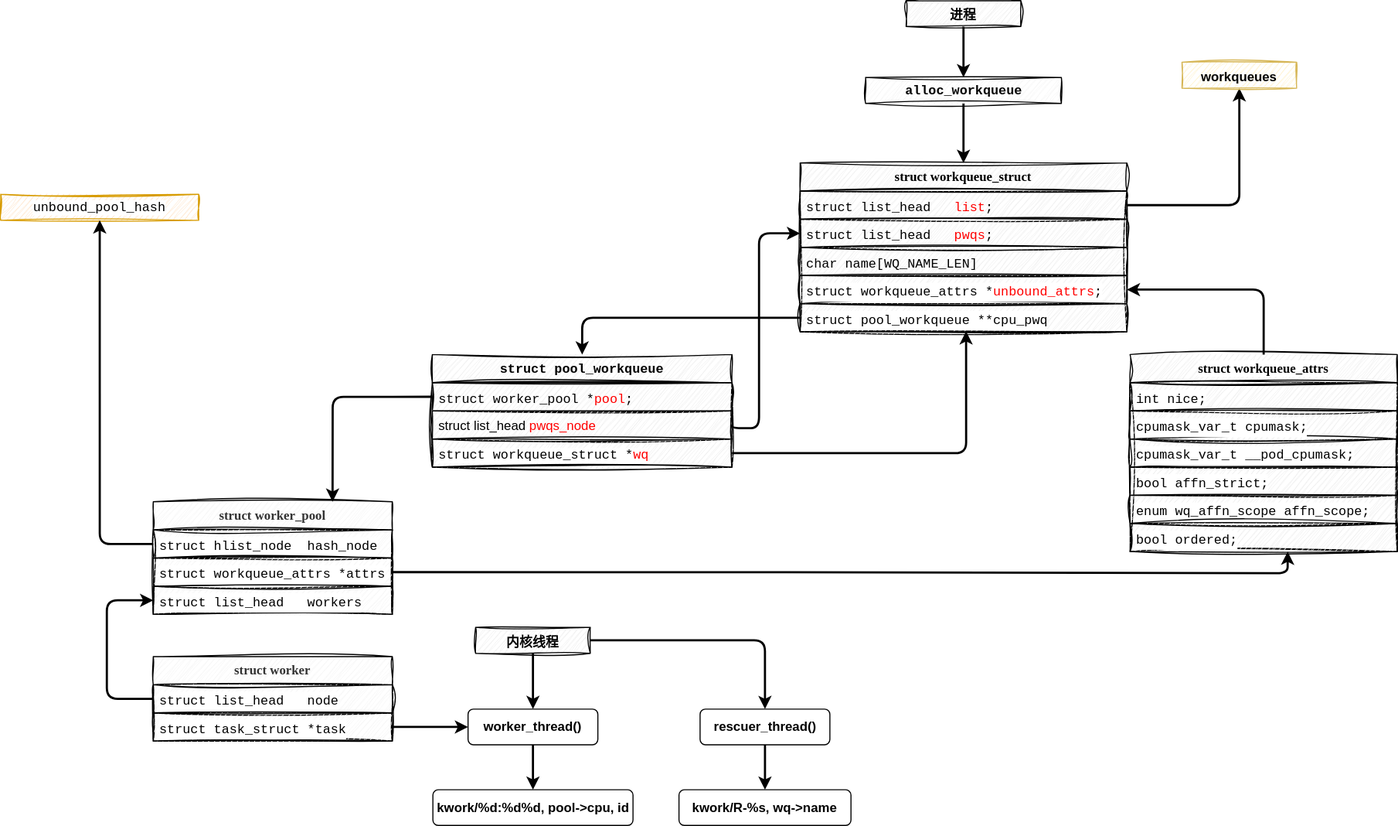
Above: source/images/Workqueue/Workqueue创建流程.drawio.svg in ray-jk-hong/ray-jk-hong.github.io (draw.io), before the change. Source tidied: cells renumbered, new cells last; positions are measured from the earlier drawing's top-left corner, leaving out a move shared by most shapes.
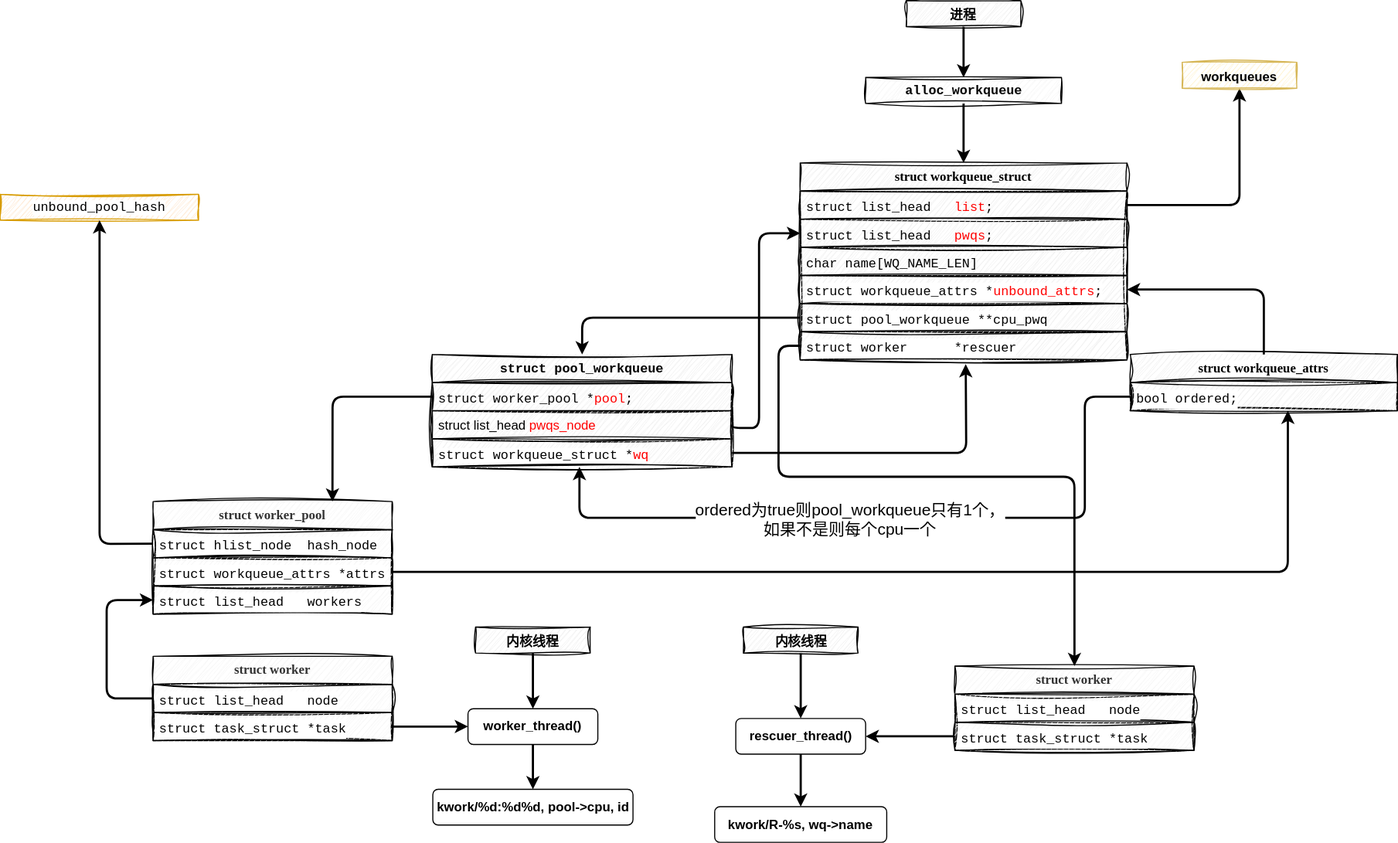
Above is the later version.

The edit, as a diff of the source:
```diff
@@ -1,4 +1,4 @@
-<mxGraphModel>
+<mxGraphModel background="#FFFFFF">
   <root>
     <mxCell id="0" />
     <mxCell id="1" parent="0" />
@@ -6,7 +6,7 @@
       <mxGeometry relative="1" as="geometry" />
     </mxCell>
     <mxCell id="3" value="&lt;p style=&quot;margin: 0px; font-variant-numeric: normal; font-variant-east-asian: normal; font-variant-alternates: normal; font-kerning: auto; font-optical-sizing: auto; font-feature-settings: normal; font-variation-settings: normal; font-variant-position: normal; font-stretch: normal; line-height: normal; font-family: Menlo; text-align: start;&quot; class=&quot;p1&quot;&gt;&lt;b&gt;&lt;span style=&quot;font-variant-ligatures: no-common-ligatures;&quot; class=&quot;s1&quot;&gt;struct&lt;/span&gt;&lt;span style=&quot;font-variant-ligatures: no-common-ligatures;&quot; class=&quot;s2&quot;&gt; &lt;/span&gt;&lt;span style=&quot;font-variant-ligatures: no-common-ligatures;&quot; class=&quot;s3&quot;&gt;workqueue_struct&lt;/span&gt;&lt;/b&gt;&lt;/p&gt;" style="swimlane;fontStyle=0;horizontal=1;startSize=26;fillColor=#eeeeee;whiteSpace=wrap;html=1;sketch=1;curveFitting=1;jiggle=2;strokeColor=#000000;labelBackgroundColor=none;" parent="1" vertex="1">
-      <mxGeometry x="739" y="150" width="302" height="156" as="geometry" />
+      <mxGeometry x="739" y="150" width="302" height="182" as="geometry" />
     </mxCell>
     <mxCell id="4" value="&lt;div style=&quot;font-family: Menlo, Monaco, &amp;quot;Courier New&amp;quot;, monospace; line-height: 18px; white-space: pre;&quot;&gt;&lt;div style=&quot;line-height: 18px;&quot;&gt;&lt;span style=&quot;&quot;&gt;struct&lt;/span&gt; &lt;span style=&quot;&quot;&gt;list_head&lt;/span&gt;   &lt;span style=&quot;&quot;&gt;&lt;font color=&quot;#ff0000&quot;&gt;list&lt;/font&gt;&lt;/span&gt;;&lt;/div&gt;&lt;/div&gt;" style="text;strokeColor=#000000;fillColor=#eeeeee;align=left;verticalAlign=top;spacingLeft=4;spacingRight=4;overflow=hidden;points=[[0,0.5],[1,0.5]];portConstraint=eastwest;whiteSpace=wrap;html=1;sketch=1;curveFitting=1;jiggle=2;labelBackgroundColor=none;" parent="3" vertex="1">
       <mxGeometry y="26" width="302" height="26" as="geometry" />
@@ -23,6 +23,9 @@
     <mxCell id="8" value="&lt;div style=&quot;font-family: Menlo, Monaco, &amp;quot;Courier New&amp;quot;, monospace; line-height: 18px; white-space: pre;&quot;&gt;&lt;span style=&quot;background-color: rgb(255, 255, 255);&quot;&gt;struct pool_workqueue **cpu_pwq&lt;/span&gt;&lt;/div&gt;" style="text;strokeColor=#000000;fillColor=#eeeeee;align=left;verticalAlign=top;spacingLeft=4;spacingRight=4;overflow=hidden;points=[[0,0.5],[1,0.5]];portConstraint=eastwest;whiteSpace=wrap;html=1;sketch=1;curveFitting=1;jiggle=2;labelBackgroundColor=default;fontColor=default;" parent="3" vertex="1">
       <mxGeometry y="130" width="302" height="26" as="geometry" />
     </mxCell>
+    <mxCell id="51" value="&lt;div style=&quot;font-family: Menlo, Monaco, &amp;quot;Courier New&amp;quot;, monospace; line-height: 18px; white-space: pre;&quot;&gt;&lt;span style=&quot;background-color: rgb(255, 255, 255);&quot;&gt;struct worker      *rescuer&lt;/span&gt;&lt;/div&gt;" style="text;strokeColor=#000000;fillColor=#eeeeee;align=left;verticalAlign=top;spacingLeft=4;spacingRight=4;overflow=hidden;points=[[0,0.5],[1,0.5]];portConstraint=eastwest;whiteSpace=wrap;html=1;sketch=1;curveFitting=1;jiggle=2;labelBackgroundColor=default;fontColor=default;" parent="3" vertex="1">
+      <mxGeometry y="156" width="302" height="26" as="geometry" />
+    </mxCell>
     <mxCell id="9" value="&lt;font size=&quot;1&quot; style=&quot;&quot;&gt;&lt;b style=&quot;font-size: 12px;&quot;&gt;workqueues&lt;/b&gt;&lt;/font&gt;" style="html=1;whiteSpace=wrap;fillColor=#fff2cc;strokeColor=#d6b656;sketch=1;curveFitting=1;jiggle=2;fontSize=16;" parent="1" vertex="1">
       <mxGeometry x="1092" y="57" width="106" height="24" as="geometry" />
     </mxCell>
@@ -42,25 +45,10 @@
       <mxGeometry relative="1" as="geometry" />
     </mxCell>
     <mxCell id="15" value="&lt;p style=&quot;margin: 0px; font-variant-numeric: normal; font-variant-east-asian: normal; font-variant-alternates: normal; font-kerning: auto; font-optical-sizing: auto; font-feature-settings: normal; font-variation-settings: normal; font-variant-position: normal; font-stretch: normal; line-height: normal; font-family: Menlo; text-align: start;&quot; class=&quot;p1&quot;&gt;&lt;b&gt;&lt;span style=&quot;font-variant-ligatures: no-common-ligatures;&quot; class=&quot;s1&quot;&gt;struct&lt;/span&gt;&lt;span style=&quot;font-variant-ligatures: no-common-ligatures;&quot; class=&quot;s2&quot;&gt; &lt;/span&gt;&lt;span style=&quot;font-variant-ligatures: no-common-ligatures;&quot; class=&quot;s3&quot;&gt;workqueue_attrs&lt;/span&gt;&lt;/b&gt;&lt;/p&gt;" style="swimlane;fontStyle=0;horizontal=1;startSize=26;fillColor=#eeeeee;whiteSpace=wrap;html=1;sketch=1;curveFitting=1;jiggle=2;strokeColor=#000000;labelBackgroundColor=default;fontColor=default;" parent="1" vertex="1">
-      <mxGeometry x="1044" y="327" width="247" height="182" as="geometry" />
+      <mxGeometry x="1044" y="327" width="247" height="52" as="geometry" />
     </mxCell>
-    <mxCell id="16" value="&lt;div style=&quot;font-family: Menlo, Monaco, &amp;quot;Courier New&amp;quot;, monospace; line-height: 18px; white-space: pre;&quot;&gt;&lt;div style=&quot;line-height: 18px;&quot;&gt;&lt;div style=&quot;line-height: 18px;&quot;&gt;&lt;span style=&quot;&quot;&gt;int&lt;/span&gt; &lt;span style=&quot;&quot;&gt;nice&lt;/span&gt;;&lt;/div&gt;&lt;/div&gt;&lt;/div&gt;" style="text;strokeColor=#000000;fillColor=#eeeeee;align=left;verticalAlign=top;spacingLeft=4;spacingRight=4;overflow=hidden;whiteSpace=wrap;html=1;sketch=1;curveFitting=1;jiggle=2;labelBackgroundColor=default;fontColor=default;" parent="15" vertex="1">
-      <mxGeometry y="26" width="247" height="26" as="geometry" />
-    </mxCell>
-    <mxCell id="17" value="&lt;div style=&quot;font-family: Menlo, Monaco, &amp;quot;Courier New&amp;quot;, monospace; line-height: 18px; white-space: pre;&quot;&gt;&lt;div style=&quot;line-height: 18px;&quot;&gt;&lt;div style=&quot;line-height: 18px;&quot;&gt;&lt;span style=&quot;&quot;&gt;cpumask_var_t&lt;/span&gt; &lt;span style=&quot;&quot;&gt;cpumask&lt;/span&gt;;&lt;/div&gt;&lt;/div&gt;&lt;/div&gt;" style="text;strokeColor=#000000;fillColor=#eeeeee;align=left;verticalAlign=top;spacingLeft=4;spacingRight=4;overflow=hidden;whiteSpace=wrap;html=1;sketch=1;curveFitting=1;jiggle=2;labelBackgroundColor=default;fontColor=default;" parent="15" vertex="1">
-      <mxGeometry y="52" width="247" height="26" as="geometry" />
-    </mxCell>
-    <mxCell id="18" value="&lt;div style=&quot;font-family: Menlo, Monaco, &amp;quot;Courier New&amp;quot;, monospace; line-height: 18px; white-space: pre;&quot;&gt;&lt;div style=&quot;line-height: 18px;&quot;&gt;&lt;span style=&quot;&quot;&gt;cpumask_var_t&lt;/span&gt; &lt;span style=&quot;&quot;&gt;__pod_cpumask&lt;/span&gt;;&lt;/div&gt;&lt;/div&gt;" style="text;strokeColor=#000000;fillColor=#eeeeee;align=left;verticalAlign=top;spacingLeft=4;spacingRight=4;overflow=hidden;whiteSpace=wrap;html=1;sketch=1;curveFitting=1;jiggle=2;labelBackgroundColor=default;fontColor=default;" parent="15" vertex="1">
-      <mxGeometry y="78" width="247" height="26" as="geometry" />
-    </mxCell>
-    <mxCell id="19" value="&lt;div style=&quot;font-family: Menlo, Monaco, &amp;quot;Courier New&amp;quot;, monospace; line-height: 18px; white-space: pre;&quot;&gt;&lt;div style=&quot;line-height: 18px;&quot;&gt;&lt;span style=&quot;&quot;&gt;bool&lt;/span&gt; &lt;span style=&quot;&quot;&gt;affn_strict&lt;/span&gt;;&lt;/div&gt;&lt;/div&gt;" style="text;strokeColor=#000000;fillColor=#eeeeee;align=left;verticalAlign=top;spacingLeft=4;spacingRight=4;overflow=hidden;whiteSpace=wrap;html=1;sketch=1;curveFitting=1;jiggle=2;labelBackgroundColor=default;fontColor=default;" parent="15" vertex="1">
-      <mxGeometry y="104" width="247" height="26" as="geometry" />
-    </mxCell>
-    <mxCell id="20" value="&lt;div style=&quot;font-family: Menlo, Monaco, &amp;quot;Courier New&amp;quot;, monospace; line-height: 18px; white-space: pre;&quot;&gt;&lt;div style=&quot;line-height: 18px;&quot;&gt;&lt;span style=&quot;&quot;&gt;enum&lt;/span&gt; &lt;span style=&quot;&quot;&gt;wq_affn_scope&lt;/span&gt; &lt;span style=&quot;&quot;&gt;affn_scope&lt;/span&gt;;&lt;/div&gt;&lt;/div&gt;" style="text;strokeColor=#000000;fillColor=#eeeeee;align=left;verticalAlign=top;spacingLeft=4;spacingRight=4;overflow=hidden;whiteSpace=wrap;html=1;sketch=1;curveFitting=1;jiggle=2;labelBackgroundColor=default;fontColor=default;" parent="15" vertex="1">
-      <mxGeometry y="130" width="247" height="26" as="geometry" />
-    </mxCell>
     <mxCell id="21" value="&lt;div style=&quot;font-family: Menlo, Monaco, &amp;quot;Courier New&amp;quot;, monospace; line-height: 18px; white-space: pre;&quot;&gt;&lt;div style=&quot;line-height: 18px;&quot;&gt;&lt;span style=&quot;&quot;&gt;bool&lt;/span&gt; &lt;span style=&quot;&quot;&gt;ordered&lt;/span&gt;;&lt;/div&gt;&lt;/div&gt;" style="text;strokeColor=#000000;fillColor=#eeeeee;align=left;verticalAlign=top;spacingLeft=4;spacingRight=4;overflow=hidden;points=[[0,0.5],[1,0.5]];portConstraint=eastwest;whiteSpace=wrap;html=1;sketch=1;curveFitting=1;jiggle=2;labelBackgroundColor=default;fontColor=default;" parent="15" vertex="1">
-      <mxGeometry y="156" width="247" height="26" as="geometry" />
+      <mxGeometry y="26" width="247" height="26" as="geometry" />
     </mxCell>
     <mxCell id="22" style="edgeStyle=orthogonalEdgeStyle;rounded=1;jettySize=auto;html=1;exitX=0.5;exitY=1;exitDx=0;exitDy=0;entryX=0.5;entryY=0;entryDx=0;entryDy=0;curved=0;strokeWidth=2;strokeColor=#000000;" parent="1" edge="1" source="23" target="25">
       <mxGeometry relative="1" as="geometry" />
@@ -95,8 +83,10 @@
     <mxCell id="32" style="edgeStyle=orthogonalEdgeStyle;rounded=1;jettySize=auto;html=1;exitX=0;exitY=0.5;exitDx=0;exitDy=0;entryX=0.75;entryY=0;entryDx=0;entryDy=0;curved=0;strokeWidth=2;" parent="1" edge="1" source="11" target="26">
       <mxGeometry relative="1" as="geometry" />
     </mxCell>
-    <mxCell id="33" style="edgeStyle=orthogonalEdgeStyle;rounded=1;jettySize=auto;html=1;exitX=1;exitY=0.5;exitDx=0;exitDy=0;entryX=0.508;entryY=0.981;entryDx=0;entryDy=0;entryPerimeter=0;curved=0;strokeWidth=2;" parent="1" edge="1" source="13" target="8">
-      <mxGeometry relative="1" as="geometry" />
+    <mxCell id="33" style="edgeStyle=orthogonalEdgeStyle;rounded=1;jettySize=auto;html=1;exitX=1;exitY=0.5;exitDx=0;exitDy=0;curved=0;strokeWidth=2;" parent="1" edge="1" source="13">
+      <mxGeometry relative="1" as="geometry">
+        <mxPoint x="892" y="336" as="targetPoint" />
+      </mxGeometry>
     </mxCell>
     <mxCell id="34" style="edgeStyle=orthogonalEdgeStyle;rounded=1;jettySize=auto;html=1;exitX=1;exitY=0.5;exitDx=0;exitDy=0;entryX=0;entryY=0.5;entryDx=0;entryDy=0;curved=0;strokeWidth=2;" parent="1" edge="1" source="12" target="5">
       <mxGeometry relative="1" as="geometry">
@@ -135,7 +125,7 @@
     <mxCell id="42" style="edgeStyle=orthogonalEdgeStyle;rounded=1;jettySize=auto;html=1;exitX=0.5;exitY=1;exitDx=0;exitDy=0;entryX=0.5;entryY=0;entryDx=0;entryDy=0;curved=0;strokeWidth=2;" parent="1" edge="1" source="44" target="40">
       <mxGeometry relative="1" as="geometry" />
     </mxCell>
-    <mxCell id="43" style="edgeStyle=orthogonalEdgeStyle;rounded=1;jettySize=auto;html=1;exitX=1;exitY=0.5;exitDx=0;exitDy=0;entryX=0.5;entryY=0;entryDx=0;entryDy=0;curved=0;strokeWidth=2;" parent="1" edge="1" source="44" target="47">
+    <mxCell id="43" style="edgeStyle=orthogonalEdgeStyle;rounded=1;jettySize=auto;html=1;exitX=0;exitY=0.5;exitDx=0;exitDy=0;entryX=1;entryY=0.5;entryDx=0;entryDy=0;curved=0;strokeWidth=2;" parent="1" edge="1" source="56" target="47">
       <mxGeometry relative="1" as="geometry" />
     </mxCell>
     <mxCell id="44" value="&lt;font size=&quot;1&quot; style=&quot;&quot;&gt;&lt;b style=&quot;font-size: 12px;&quot;&gt;内核线程&lt;/b&gt;&lt;/font&gt;" style="html=1;whiteSpace=wrap;fillColor=#eeeeee;strokeColor=#000000;sketch=1;curveFitting=1;jiggle=2;fontSize=16;" parent="1" vertex="1">
@@ -148,16 +138,52 @@
       <mxGeometry relative="1" as="geometry" />
     </mxCell>
     <mxCell id="47" value="rescuer_thread()" style="rounded=1;whiteSpace=wrap;html=1;fontStyle=1;" parent="1" vertex="1">
-      <mxGeometry x="646.5" y="654.5" width="120" height="33" as="geometry" />
+      <mxGeometry x="679.5" y="663.5" width="120" height="33" as="geometry" />
     </mxCell>
     <mxCell id="48" value="kwork/%d:%d%d, pool-&amp;gt;cpu, id" style="rounded=1;whiteSpace=wrap;html=1;fontStyle=1;" parent="1" vertex="1">
       <mxGeometry x="399.5" y="729" width="185" height="33" as="geometry" />
     </mxCell>
     <mxCell id="49" value="kwork/R-%s, wq-&amp;gt;name" style="rounded=1;whiteSpace=wrap;html=1;fontStyle=1;" parent="1" vertex="1">
-      <mxGeometry x="627" y="729" width="159" height="33" as="geometry" />
+      <mxGeometry x="660" y="745" width="159" height="33" as="geometry" />
     </mxCell>
     <mxCell id="50" style="edgeStyle=orthogonalEdgeStyle;rounded=1;jettySize=auto;html=1;exitX=0;exitY=0.5;exitDx=0;exitDy=0;entryX=0.5;entryY=0;entryDx=0;entryDy=0;curved=0;strokeWidth=2;" parent="1" edge="1" source="8" target="10">
       <mxGeometry relative="1" as="geometry" />
     </mxCell>
+    <mxCell id="52" style="edgeStyle=orthogonalEdgeStyle;rounded=1;jettySize=auto;html=1;exitX=0;exitY=0.5;exitDx=0;exitDy=0;entryX=0.491;entryY=1;entryDx=0;entryDy=0;entryPerimeter=0;curved=0;strokeWidth=2;" parent="1" edge="1" source="21" target="13">
+      <mxGeometry relative="1" as="geometry">
+        <Array as="points">
+          <mxPoint x="1002" y="366" />
+          <mxPoint x="1002" y="478" />
+          <mxPoint x="535" y="478" />
+        </Array>
+      </mxGeometry>
+    </mxCell>
+    <mxCell id="53" value="&lt;font style=&quot;font-size: 15px;&quot;&gt;ordered为true则pool_workqueue只有1个，&lt;/font&gt;&lt;div&gt;&lt;font style=&quot;font-size: 15px;&quot;&gt;如果不是则每个cpu一个&lt;/font&gt;&lt;/div&gt;" style="edgeLabel;html=1;align=center;verticalAlign=middle;" parent="52" vertex="1">
+      <mxGeometry x="0.11" relative="1" as="geometry" />
+    </mxCell>
+    <mxCell id="54" value="&lt;p style=&quot;margin: 0px; font-variant-numeric: normal; font-variant-east-asian: normal; font-variant-alternates: normal; font-kerning: auto; font-optical-sizing: auto; font-feature-settings: normal; font-variation-settings: normal; font-variant-position: normal; font-stretch: normal; line-height: normal; font-family: Menlo; text-align: start;&quot; class=&quot;p1&quot;&gt;&lt;b&gt;&lt;span style=&quot;font-variant-ligatures: no-common-ligatures;&quot; class=&quot;s1&quot;&gt;struct&lt;/span&gt;&lt;span style=&quot;font-variant-ligatures: no-common-ligatures;&quot; class=&quot;s2&quot;&gt;&amp;nbsp;worker&lt;/span&gt;&lt;/b&gt;&lt;/p&gt;" style="swimlane;fontStyle=0;horizontal=1;startSize=26;fillColor=#f5f5f5;whiteSpace=wrap;html=1;strokeColor=#000000;labelBackgroundColor=none;fontColor=#333333;sketch=1;curveFitting=1;jiggle=2;" parent="1" vertex="1">
+      <mxGeometry x="882" y="615" width="221" height="78" as="geometry" />
+    </mxCell>
+    <mxCell id="55" value="&lt;div style=&quot;font-family: Menlo, Monaco, &amp;quot;Courier New&amp;quot;, monospace; line-height: 18px; white-space: pre;&quot;&gt;&lt;div style=&quot;line-height: 18px;&quot;&gt;&lt;div style=&quot;line-height: 18px;&quot;&gt;&lt;font style=&quot;background-color: rgb(255, 255, 255);&quot; color=&quot;#000000&quot;&gt;struct list_head   node&lt;/font&gt;&lt;/div&gt;&lt;/div&gt;&lt;/div&gt;" style="text;strokeColor=#000000;fillColor=#f5f5f5;align=left;verticalAlign=top;spacingLeft=4;spacingRight=4;overflow=hidden;whiteSpace=wrap;html=1;labelBackgroundColor=default;fontColor=#333333;sketch=1;curveFitting=1;jiggle=2;" parent="54" vertex="1">
+      <mxGeometry y="26" width="221" height="26" as="geometry" />
+    </mxCell>
+    <mxCell id="56" value="&lt;div style=&quot;font-family: Menlo, Monaco, &amp;quot;Courier New&amp;quot;, monospace; line-height: 18px; white-space: pre;&quot;&gt;&lt;span style=&quot;background-color: rgb(255, 255, 255);&quot;&gt;&lt;font color=&quot;#000000&quot;&gt;struct task_struct *task&lt;/font&gt;&lt;/span&gt;&lt;/div&gt;" style="text;strokeColor=#000000;fillColor=#f5f5f5;align=left;verticalAlign=top;spacingLeft=4;spacingRight=4;overflow=hidden;points=[[0,0.5],[1,0.5]];portConstraint=eastwest;whiteSpace=wrap;html=1;labelBackgroundColor=default;fontColor=#333333;sketch=1;curveFitting=1;jiggle=2;" parent="54" vertex="1">
+      <mxGeometry y="52" width="221" height="26" as="geometry" />
+    </mxCell>
+    <mxCell id="57" style="edgeStyle=orthogonalEdgeStyle;rounded=0;jettySize=auto;html=1;exitX=0.5;exitY=1;exitDx=0;exitDy=0;entryX=0.5;entryY=0;entryDx=0;entryDy=0;strokeWidth=2;" parent="1" edge="1" source="58" target="47">
+      <mxGeometry relative="1" as="geometry" />
+    </mxCell>
+    <mxCell id="58" value="&lt;font size=&quot;1&quot; style=&quot;&quot;&gt;&lt;b style=&quot;font-size: 12px;&quot;&gt;内核线程&lt;/b&gt;&lt;/font&gt;" style="html=1;whiteSpace=wrap;fillColor=#eeeeee;strokeColor=#000000;sketch=1;curveFitting=1;jiggle=2;fontSize=16;" parent="1" vertex="1">
+      <mxGeometry x="686.5" y="579" width="106" height="24" as="geometry" />
+    </mxCell>
+    <mxCell id="59" style="edgeStyle=orthogonalEdgeStyle;rounded=1;jettySize=auto;html=1;exitX=0;exitY=0.5;exitDx=0;exitDy=0;entryX=0.5;entryY=0;entryDx=0;entryDy=0;curved=0;strokeWidth=2;" parent="1" edge="1" source="51" target="54">
+      <mxGeometry relative="1" as="geometry">
+        <Array as="points">
+          <mxPoint x="719" y="319" />
+          <mxPoint x="719" y="440" />
+          <mxPoint x="992" y="440" />
+        </Array>
+      </mxGeometry>
+    </mxCell>
   </root>
 </mxGraphModel>
```
